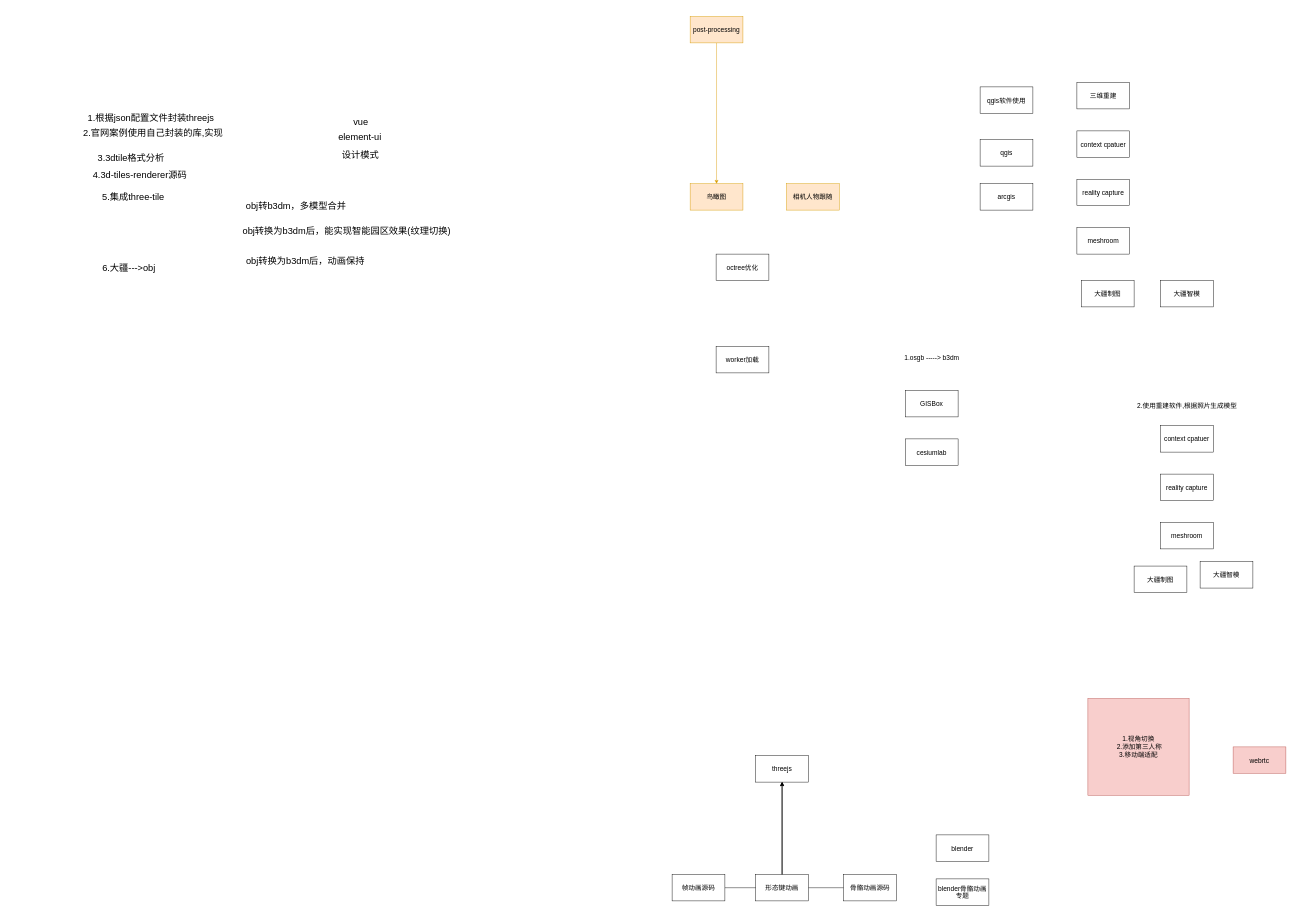
Earlier version of the draw.io diagram page "todos" (2 of 6) of todos.drawio (yangyangzuo/mytodos). Source tidied: cells renumbered, new cells numbered last; positions are measured from the earlier drawing's top-left corner, leaving out a move shared by most shapes. Both pictures are drawn from the tidied source at 44%, with x=0, y=0 at pixel (78, 16).
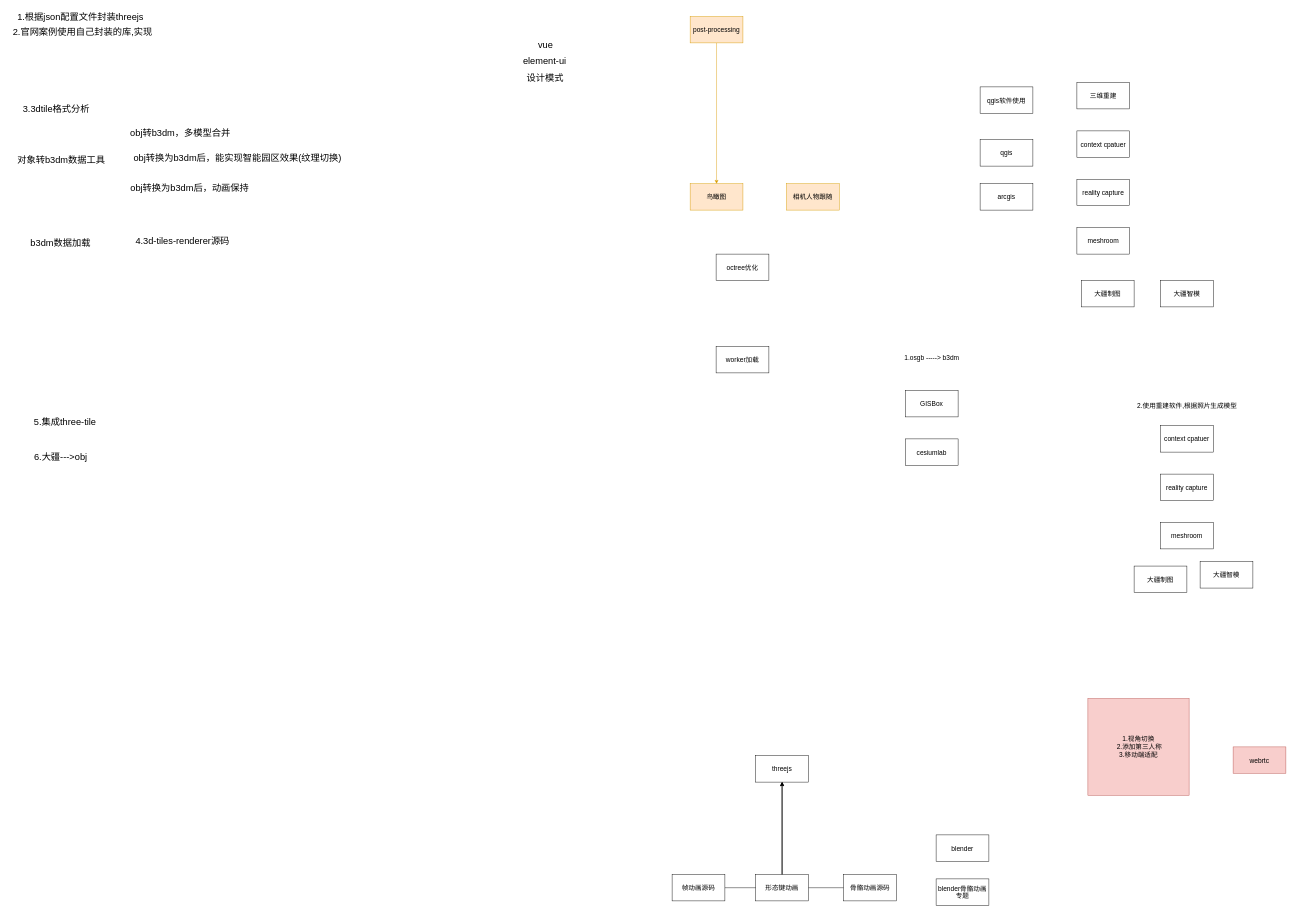
The same page after the edit.

What changed in the source:
```diff
@@
     <mxCell id="39" value="1.根据json配置文件封装threejs" style="text;html=1;align=center;verticalAlign=middle;strokeColor=none;fillColor=none;fontSize=21;" parent="1" vertex="1">
-      <mxGeometry x="10" y="210" width="310" height="40" as="geometry" />
+      <mxGeometry x="-150" y="-20" width="310" height="40" as="geometry" />
     </mxCell>
     <mxCell id="40" value="5.集成three-tile" style="text;html=1;align=center;verticalAlign=middle;strokeColor=none;fillColor=none;fontSize=21;" parent="1" vertex="1">
-      <mxGeometry x="45" y="390" width="160" height="40" as="geometry" />
+      <mxGeometry x="-110" y="900" width="160" height="40" as="geometry" />
     </mxCell>
     <mxCell id="41" value="6.大疆---&amp;gt;obj" style="text;html=1;align=center;verticalAlign=middle;strokeColor=none;fillColor=none;fontSize=21;" parent="1" vertex="1">
-      <mxGeometry x="45" y="550" width="140" height="40" as="geometry" />
+      <mxGeometry x="-110" y="980" width="140" height="40" as="geometry" />
     </mxCell>
     <mxCell id="42" value="3.3dtile格式分析" style="text;html=1;align=center;verticalAlign=middle;strokeColor=none;fillColor=none;fontSize=21;" parent="1" vertex="1">
-      <mxGeometry x="30" y="300" width="180" height="40" as="geometry" />
+      <mxGeometry x="-140" y="190" width="180" height="40" as="geometry" />
     </mxCell>
     <mxCell id="43" value="4.3d-tiles-renderer源码" style="text;html=1;align=center;verticalAlign=middle;strokeColor=none;fillColor=none;fontSize=21;" parent="1" vertex="1">
-      <mxGeometry x="20" y="340" width="240" height="40" as="geometry" />
+      <mxGeometry x="117" y="490" width="240" height="40" as="geometry" />
     </mxCell>
     <mxCell id="44" value="vue" style="text;html=1;align=center;verticalAlign=middle;strokeColor=none;fillColor=none;fontSize=21;" parent="1" vertex="1">
-      <mxGeometry x="612" y="217.5" width="60" height="40" as="geometry" />
+      <mxGeometry x="1032" y="45" width="60" height="40" as="geometry" />
     </mxCell>
     <mxCell id="45" value="element-ui" style="text;html=1;align=center;verticalAlign=middle;strokeColor=none;fillColor=none;fontSize=21;" parent="1" vertex="1">
-      <mxGeometry x="580" y="252.5" width="120" height="40" as="geometry" />
+      <mxGeometry x="1000" y="80" width="120" height="40" as="geometry" />
     </mxCell>
     <mxCell id="46" value="2.官网案例使用自己封装的库,实现" style="text;html=1;align=center;verticalAlign=middle;strokeColor=none;fillColor=none;fontSize=21;" parent="1" vertex="1">
-      <mxGeometry y="245" width="340" height="40" as="geometry" />
+      <mxGeometry x="-160" y="15" width="340" height="40" as="geometry" />
     </mxCell>
     <mxCell id="47" value="设计模式" style="text;html=1;align=center;verticalAlign=middle;strokeColor=none;fillColor=none;fontSize=21;" parent="1" vertex="1">
-      <mxGeometry x="586" y="292.5" width="110" height="40" as="geometry" />
+      <mxGeometry x="1006" y="120" width="110" height="40" as="geometry" />
     </mxCell>
     <mxCell id="48" value="obj转b3dm，多模型合并" style="text;html=1;align=center;verticalAlign=middle;strokeColor=none;fillColor=none;fontSize=21;" parent="1" vertex="1">
-      <mxGeometry x="370" y="410" width="250" height="40" as="geometry" />
+      <mxGeometry x="107" y="243.8" width="250" height="40" as="geometry" />
     </mxCell>
     <mxCell id="49" value="obj转换为b3dm后，能实现智能园区效果(纹理切换)" style="text;html=1;align=center;verticalAlign=middle;strokeColor=none;fillColor=none;fontSize=21;" parent="1" vertex="1">
-      <mxGeometry x="360" y="467" width="500" height="40" as="geometry" />
+      <mxGeometry x="112" y="300" width="500" height="40" as="geometry" />
     </mxCell>
     <mxCell id="50" value="obj转换为b3dm后，动画保持" style="text;html=1;align=left;verticalAlign=middle;strokeColor=none;fillColor=none;fontSize=21;" parent="1" vertex="1">
-      <mxGeometry x="380" y="535" width="290" height="40" as="geometry" />
+      <mxGeometry x="117" y="368.8" width="290" height="40" as="geometry" />
     </mxCell>
+    <mxCell id="51" value="对象转b3dm数据工具" style="text;html=1;align=left;verticalAlign=middle;strokeColor=none;fillColor=none;fontSize=21;" parent="1" vertex="1">
+      <mxGeometry x="-140" y="306.2" width="220" height="40" as="geometry" />
+    </mxCell>
+    <mxCell id="52" value="b3dm数据加载" style="text;html=1;align=left;verticalAlign=middle;strokeColor=none;fillColor=none;fontSize=21;" parent="1" vertex="1">
+      <mxGeometry x="-110" y="495" width="160" height="40" as="geometry" />
+    </mxCell>
```
